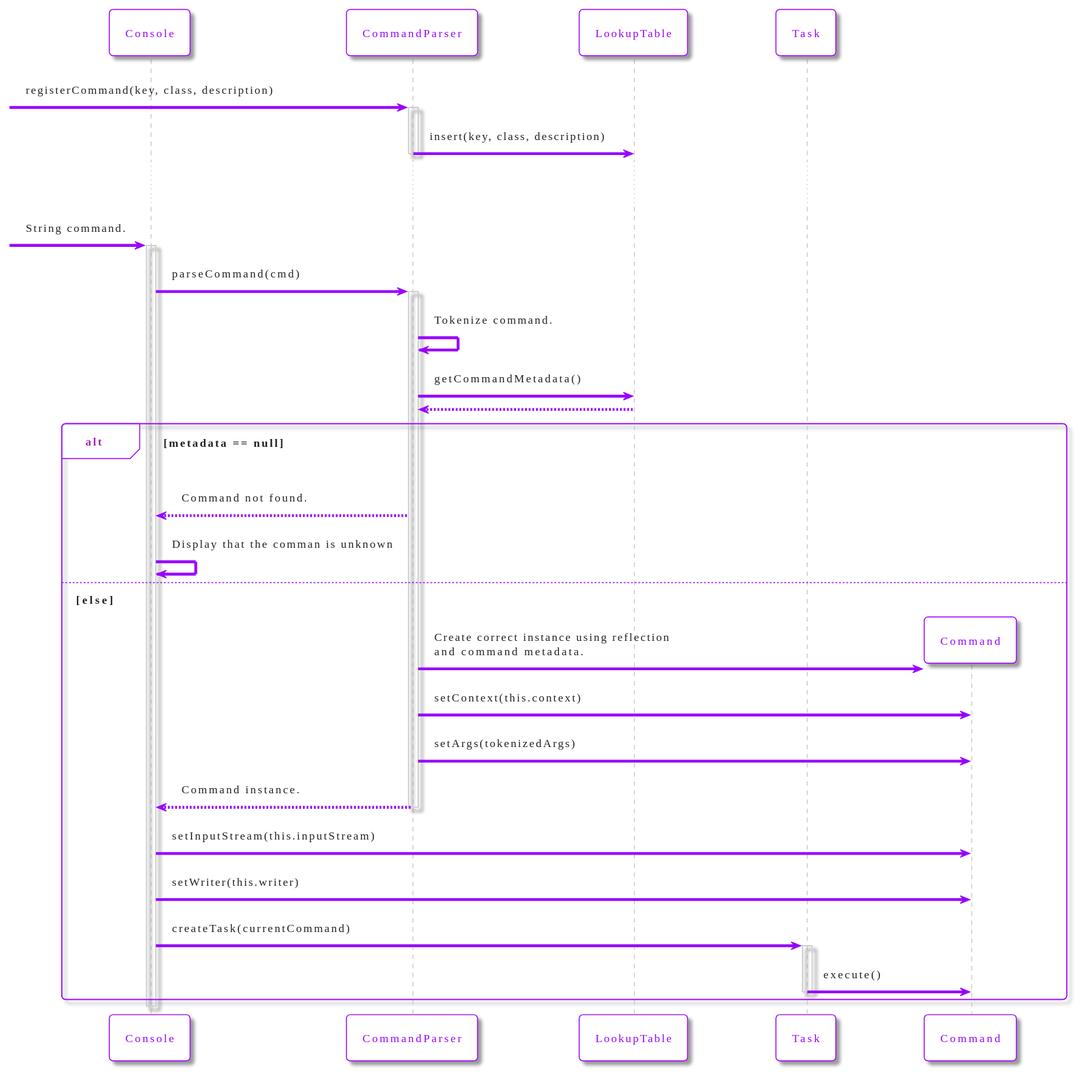
Earlier version of the PlantUML export docs/media/command-sequence-diagram.svg (AlessioChecchin/text_adventure).
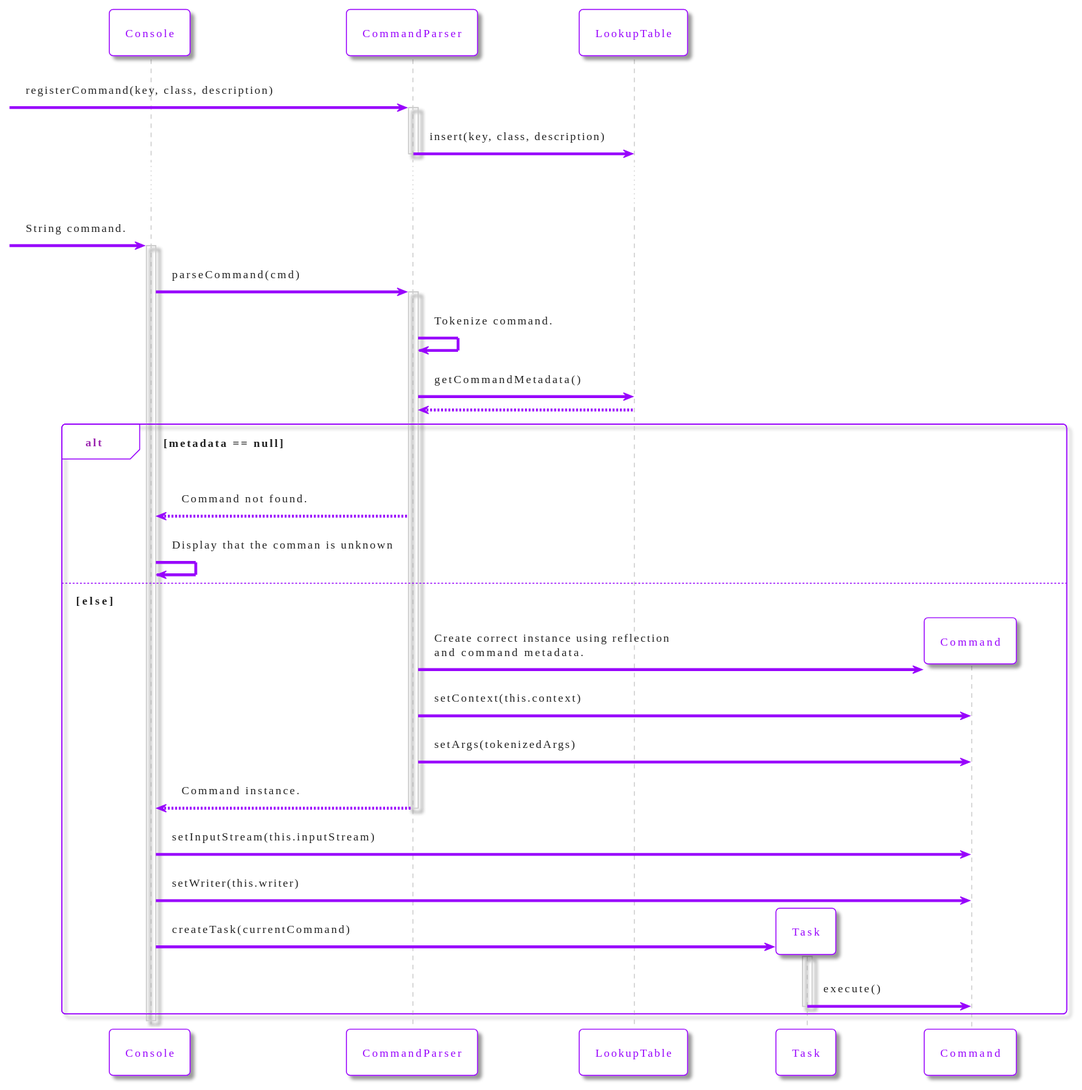
Later version of the same file.

Commit message:
Changed command sequence diagram

Diff of the diagram source:
```diff
@@ -53,6 +53,7 @@
   Console -> Command: setInputStream(this.inputStream)
   Console -> Command: setWriter(this.writer)
 
+  create Task
   Console -> Task: createTask(currentCommand)
   activate Task
 
```
